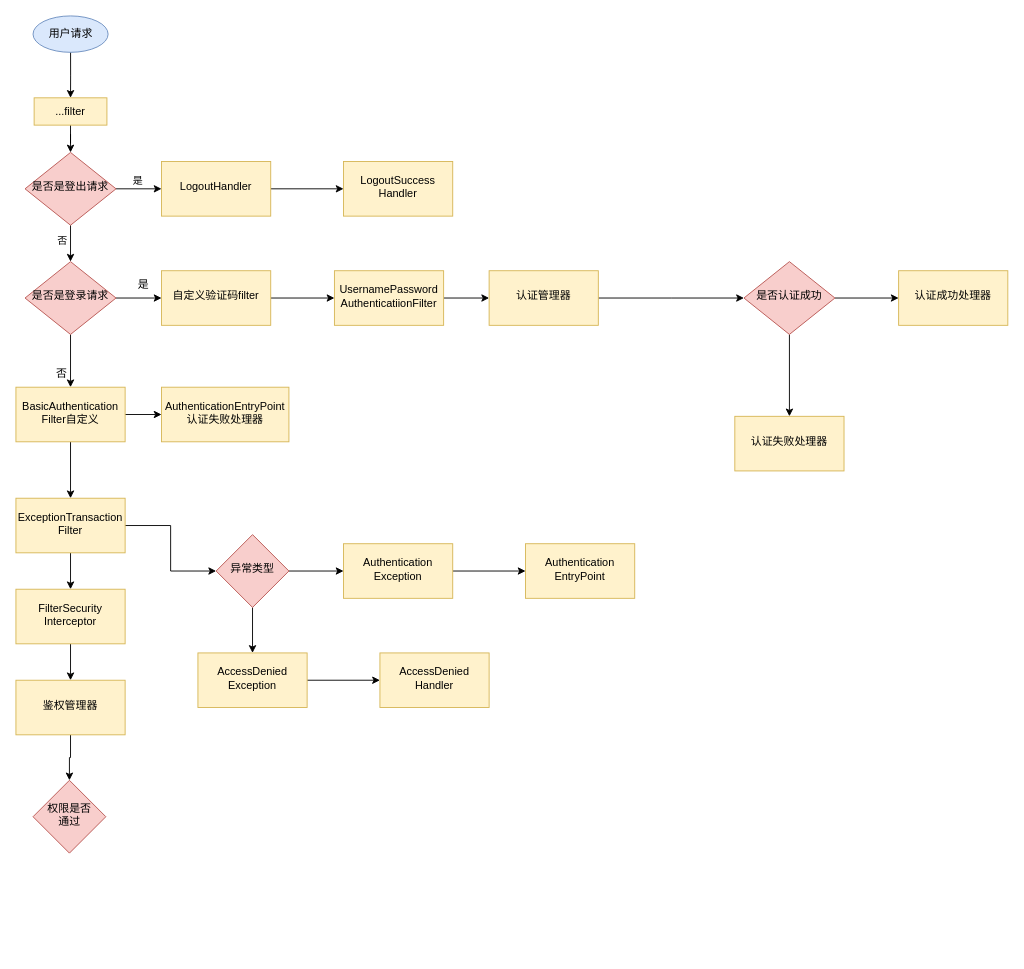
This is 未命名绘图.drawio from 6109117174/6109117174, a draw.io file, before an edit. Source tidied: cells renumbered, new cells numbered last; positions are measured from the earlier drawing's top-left corner, leaving out a move shared by most shapes. Both pictures are drawn from the tidied source at 91%, with x=0, y=0 at pixel (15, 15).
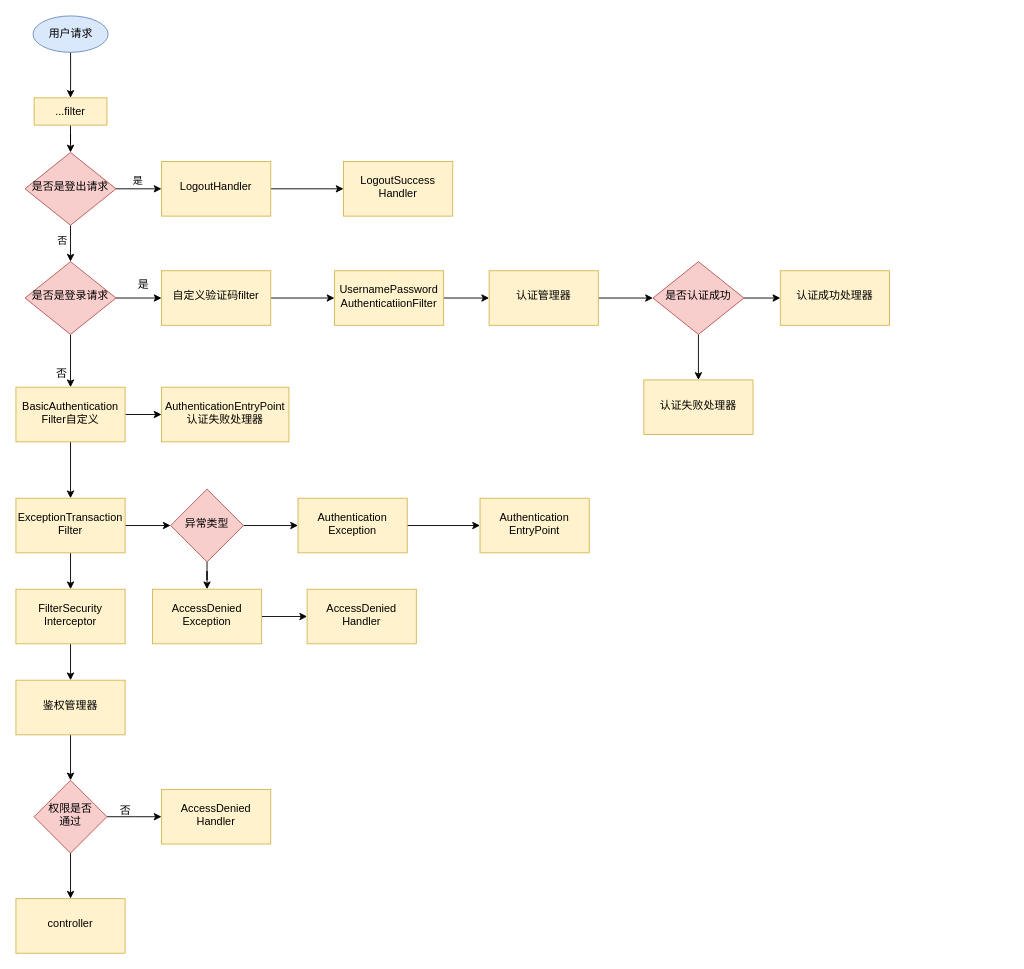
Above is the later version.

Unchanged cells that the change refers to:
```xml
<mxCell id="23" value="认证管理器" style="whiteSpace=wrap;html=1;fillColor=#fff2cc;strokeColor=#d6b656;shadow=0;strokeWidth=1;spacing=6;spacingTop=-4;" parent="1" vertex="1">
  <mxGeometry x="520" y="280" width="120" height="60" as="geometry" />
</mxCell>
```

The edit, as a diff of the source:
```diff
@@
-    <mxCell id="22" style="edgeStyle=orthogonalEdgeStyle;rounded=0;jettySize=auto;html=1;" parent="1" edge="1" source="23">
-      <mxGeometry relative="1" as="geometry">
-        <mxPoint x="800" y="310" as="targetPoint" />
-      </mxGeometry>
-    </mxCell>
+    <mxCell id="51" style="edgeStyle=orthogonalEdgeStyle;rounded=0;jettySize=auto;html=1;exitX=1;exitY=0.5;exitDx=0;exitDy=0;" parent="1" edge="1" source="23" target="26">
+      <mxGeometry relative="1" as="geometry" />
+    </mxCell>
@@
     <mxCell id="26" value="是否认证成功" style="rhombus;whiteSpace=wrap;html=1;shadow=0;fontFamily=Helvetica;fontSize=12;align=center;strokeWidth=1;spacing=6;spacingTop=-4;fillColor=#f8cecc;strokeColor=#b85450;" parent="1" vertex="1">
-      <mxGeometry x="800" y="270" width="100" height="80" as="geometry" />
+      <mxGeometry x="700" y="270" width="100" height="80" as="geometry" />
     </mxCell>
     <mxCell id="27" value="认证成功处理器" style="whiteSpace=wrap;html=1;fillColor=#fff2cc;strokeColor=#d6b656;shadow=0;strokeWidth=1;spacing=6;spacingTop=-4;" parent="1" vertex="1">
-      <mxGeometry x="970" y="280" width="120" height="60" as="geometry" />
+      <mxGeometry x="840" y="280" width="120" height="60" as="geometry" />
     </mxCell>
     <mxCell id="28" value="认证失败处理器" style="whiteSpace=wrap;html=1;fillColor=#fff2cc;strokeColor=#d6b656;shadow=0;strokeWidth=1;spacing=6;spacingTop=-4;" parent="1" vertex="1">
-      <mxGeometry x="790" y="440" width="120" height="60" as="geometry" />
+      <mxGeometry x="690" y="400" width="120" height="60" as="geometry" />
     </mxCell>
@@
     <mxCell id="39" value="异常类型" style="rhombus;whiteSpace=wrap;html=1;fillColor=#f8cecc;strokeColor=#b85450;shadow=0;strokeWidth=1;spacing=6;spacingTop=-4;" parent="1" vertex="1">
-      <mxGeometry x="220" y="570" width="80" height="80" as="geometry" />
+      <mxGeometry x="170" y="520" width="80" height="80" as="geometry" />
     </mxCell>
@@
     <mxCell id="41" value="Authentication&lt;br&gt;Exception" style="whiteSpace=wrap;html=1;fillColor=#fff2cc;strokeColor=#d6b656;shadow=0;strokeWidth=1;spacing=6;spacingTop=-4;" parent="1" vertex="1">
-      <mxGeometry x="360" y="580" width="120" height="60" as="geometry" />
+      <mxGeometry x="310" y="530" width="120" height="60" as="geometry" />
     </mxCell>
@@
     <mxCell id="43" value="AccessDenied&lt;br&gt;Exception" style="whiteSpace=wrap;html=1;fillColor=#fff2cc;strokeColor=#d6b656;shadow=0;strokeWidth=1;spacing=6;spacingTop=-4;" parent="1" vertex="1">
-      <mxGeometry x="200" y="700" width="120" height="60" as="geometry" />
+      <mxGeometry x="150" y="630" width="120" height="60" as="geometry" />
     </mxCell>
     <mxCell id="44" value="AccessDenied&lt;br&gt;Handler" style="whiteSpace=wrap;html=1;fillColor=#fff2cc;strokeColor=#d6b656;shadow=0;strokeWidth=1;spacing=6;spacingTop=-4;" parent="1" vertex="1">
-      <mxGeometry x="400" y="700" width="120" height="60" as="geometry" />
+      <mxGeometry x="320" y="630" width="120" height="60" as="geometry" />
     </mxCell>
     <mxCell id="45" value="Authentication&lt;br&gt;EntryPoint" style="whiteSpace=wrap;html=1;fillColor=#fff2cc;strokeColor=#d6b656;shadow=0;strokeWidth=1;spacing=6;spacingTop=-4;" parent="1" vertex="1">
-      <mxGeometry x="560" y="580" width="120" height="60" as="geometry" />
+      <mxGeometry x="510" y="530" width="120" height="60" as="geometry" />
     </mxCell>
@@
+    <mxCell id="52" style="edgeStyle=orthogonalEdgeStyle;rounded=0;jettySize=auto;html=1;" parent="1" edge="1" source="50">
+      <mxGeometry relative="1" as="geometry">
+        <mxPoint x="160" y="880" as="targetPoint" />
+      </mxGeometry>
+    </mxCell>
+    <mxCell id="53" style="edgeStyle=orthogonalEdgeStyle;rounded=0;jettySize=auto;html=1;" parent="1" edge="1" source="50" target="56">
+      <mxGeometry relative="1" as="geometry" />
+    </mxCell>
     <mxCell id="50" value="权限是否&lt;br&gt;通过" style="rhombus;whiteSpace=wrap;html=1;fillColor=#f8cecc;strokeColor=#b85450;shadow=0;strokeWidth=1;spacing=6;spacingTop=-4;" parent="1" vertex="1">
-      <mxGeometry x="18.8" y="840" width="80" height="80" as="geometry" />
+      <mxGeometry x="20" y="840" width="80" height="80" as="geometry" />
     </mxCell>
+    <mxCell id="54" value="否" style="text;html=1;align=center;verticalAlign=middle;strokeColor=none;fillColor=none;" parent="1" vertex="1">
+      <mxGeometry x="100" y="858" width="40" height="30" as="geometry" />
+    </mxCell>
+    <mxCell id="55" value="AccessDenied&lt;br&gt;Handler" style="whiteSpace=wrap;html=1;fillColor=#fff2cc;strokeColor=#d6b656;shadow=0;strokeWidth=1;spacing=6;spacingTop=-4;" parent="1" vertex="1">
+      <mxGeometry x="160" y="850" width="120" height="60" as="geometry" />
+    </mxCell>
+    <mxCell id="56" value="controller" style="whiteSpace=wrap;html=1;fillColor=#fff2cc;strokeColor=#d6b656;shadow=0;strokeWidth=1;spacing=6;spacingTop=-4;" parent="1" vertex="1">
+      <mxGeometry y="970" width="120" height="60" as="geometry" />
+    </mxCell>
```
